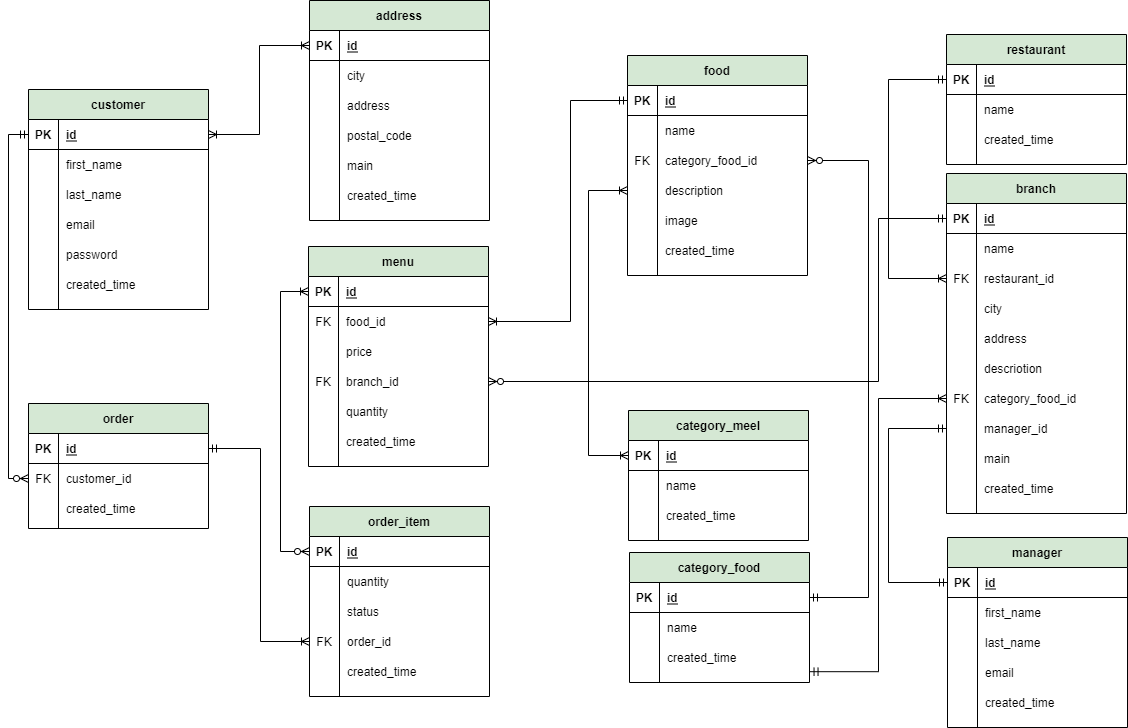
This is Untitled Diagram.drawio (12).png from samane1404/maktab_final_project, a draw.io export, as it was before one commit. Source tidied: cells renumbered, new cells last; positions are measured from the earlier drawing's top-left corner, leaving out a move shared by most shapes.
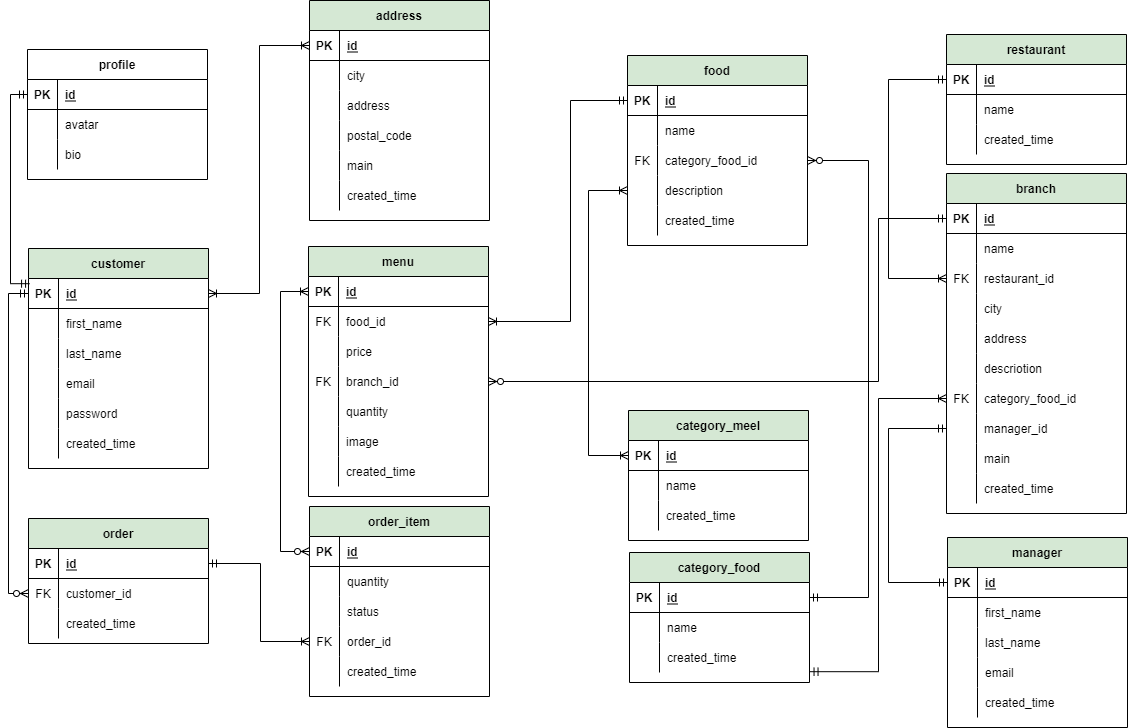
Above is the later version.

Commit message:
add profile table to erd

Diff of the diagram source:
```diff
@@ -3,7 +3,7 @@
     <mxCell id="0" />
     <mxCell id="1" parent="0" />
     <mxCell id="2" value="customer" style="shape=table;startSize=30;rowLines=0;fontStyle=1;align=center;fillColor=#D5E8D4;" parent="1" vertex="1">
-      <mxGeometry x="20" y="89" width="180" height="220" as="geometry" />
+      <mxGeometry x="20" y="248" width="180" height="220" as="geometry" />
     </mxCell>
     <mxCell id="3" style="shape=partialRectangle;fillColor=none;top=0;left=0;bottom=1;right=0;points=[[0,0.5],[1,0.5]];portConstraint=eastwest;" parent="2" vertex="1">
       <mxGeometry y="30" width="180" height="30" as="geometry" />
@@ -117,7 +117,7 @@
       <mxGeometry x="30" width="150" height="30" as="geometry" />
     </mxCell>
     <mxCell id="40" value="food" style="shape=table;startSize=30;rowLines=0;fontStyle=1;align=center;fillColor=#D5E8D4;" parent="1" vertex="1">
-      <mxGeometry x="619" y="55" width="180" height="220" as="geometry" />
+      <mxGeometry x="619" y="55" width="180" height="190" as="geometry" />
     </mxCell>
     <mxCell id="41" style="shape=partialRectangle;fillColor=none;top=0;left=0;bottom=1;right=0;points=[[0,0.5],[1,0.5]];portConstraint=eastwest;" parent="40" vertex="1">
       <mxGeometry y="30" width="180" height="30" as="geometry" />
@@ -155,17 +155,8 @@
     <mxCell id="52" value="description" style="shape=partialRectangle;fillColor=none;top=0;left=0;bottom=0;right=0;align=left;spacingLeft=6;overflow=hidden;" parent="50" vertex="1">
       <mxGeometry x="30" width="150" height="30" as="geometry" />
     </mxCell>
-    <mxCell id="53" style="shape=partialRectangle;fillColor=none;top=0;left=0;bottom=0;right=0;" parent="40" vertex="1">
-      <mxGeometry y="150" width="180" height="30" as="geometry" />
-    </mxCell>
-    <mxCell id="54" style="shape=partialRectangle;fillColor=none;top=0;left=0;bottom=0;right=0;overflow=hidden;" parent="53" vertex="1">
-      <mxGeometry width="30" height="30" as="geometry" />
-    </mxCell>
-    <mxCell id="55" value="image" style="shape=partialRectangle;fillColor=none;top=0;left=0;bottom=0;right=0;align=left;spacingLeft=6;overflow=hidden;" parent="53" vertex="1">
-      <mxGeometry x="30" width="150" height="30" as="geometry" />
-    </mxCell>
     <mxCell id="56" style="shape=partialRectangle;fillColor=none;top=0;left=0;bottom=0;right=0;" parent="40" vertex="1">
-      <mxGeometry y="180" width="180" height="30" as="geometry" />
+      <mxGeometry y="150" width="180" height="30" as="geometry" />
     </mxCell>
     <mxCell id="57" style="shape=partialRectangle;fillColor=none;top=0;left=0;bottom=0;right=0;overflow=hidden;" parent="56" vertex="1">
       <mxGeometry width="30" height="30" as="geometry" />
@@ -424,7 +415,7 @@
       <mxGeometry x="30" width="150" height="30" as="geometry" />
     </mxCell>
     <mxCell id="138" value="menu" style="shape=table;startSize=30;rowLines=0;fontStyle=1;align=center;fillColor=#D5E8D4;" parent="1" vertex="1">
-      <mxGeometry x="300" y="246" width="180" height="220" as="geometry" />
+      <mxGeometry x="300" y="246" width="180" height="250" as="geometry" />
     </mxCell>
     <mxCell id="139" style="shape=partialRectangle;fillColor=none;top=0;left=0;bottom=1;right=0;points=[[0,0.5],[1,0.5]];portConstraint=eastwest;" parent="138" vertex="1">
       <mxGeometry y="30" width="180" height="30" as="geometry" />
@@ -477,11 +468,20 @@
     <mxCell id="155" style="shape=partialRectangle;fillColor=none;top=0;left=0;bottom=0;right=0;overflow=hidden;" parent="154" vertex="1">
       <mxGeometry width="30" height="30" as="geometry" />
     </mxCell>
-    <mxCell id="156" value="created_time" style="shape=partialRectangle;fillColor=none;top=0;left=0;bottom=0;right=0;align=left;spacingLeft=6;overflow=hidden;" parent="154" vertex="1">
+    <mxCell id="156" value="image" style="shape=partialRectangle;fillColor=none;top=0;left=0;bottom=0;right=0;align=left;spacingLeft=6;overflow=hidden;" parent="154" vertex="1">
       <mxGeometry x="30" width="150" height="30" as="geometry" />
     </mxCell>
+    <mxCell id="192" style="shape=partialRectangle;fillColor=none;top=0;left=0;bottom=0;right=0;" parent="138" vertex="1">
+      <mxGeometry y="210" width="180" height="30" as="geometry" />
+    </mxCell>
+    <mxCell id="193" style="shape=partialRectangle;fillColor=none;top=0;left=0;bottom=0;right=0;overflow=hidden;" parent="192" vertex="1">
+      <mxGeometry width="30" height="30" as="geometry" />
+    </mxCell>
+    <mxCell id="194" value="created_time" style="shape=partialRectangle;fillColor=none;top=0;left=0;bottom=0;right=0;align=left;spacingLeft=6;overflow=hidden;" parent="192" vertex="1">
+      <mxGeometry x="30" width="150" height="30" as="geometry" />
+    </mxCell>
     <mxCell id="157" value="order" style="shape=table;startSize=30;rowLines=0;fontStyle=1;align=center;fillColor=#D5E8D4;" parent="1" vertex="1">
-      <mxGeometry x="20" y="403" width="180" height="125" as="geometry" />
+      <mxGeometry x="20" y="518" width="180" height="125" as="geometry" />
     </mxCell>
     <mxCell id="158" style="shape=partialRectangle;fillColor=none;top=0;left=0;bottom=1;right=0;points=[[0,0.5],[1,0.5]];portConstraint=eastwest;" parent="157" vertex="1">
       <mxGeometry y="30" width="180" height="30" as="geometry" />
@@ -617,5 +617,42 @@
         </Array>
       </mxGeometry>
     </mxCell>
+    <mxCell id="195" value="profile" style="shape=table;startSize=30;rowLines=0;fontStyle=1;align=center;" parent="1" vertex="1">
+      <mxGeometry x="19" y="49" width="180" height="130" as="geometry" />
+    </mxCell>
+    <mxCell id="196" style="shape=tableRow;horizontal=0;startSize=0;swimlaneHead=0;swimlaneBody=0;fillColor=none;points=[[0,0.5],[1,0.5]];portConstraint=eastwest;top=0;left=0;right=0;bottom=1;" parent="195" vertex="1">
+      <mxGeometry y="30" width="180" height="30" as="geometry" />
+    </mxCell>
+    <mxCell id="197" value="PK" style="shape=partialRectangle;fillColor=none;top=0;left=0;bottom=0;right=0;fontStyle=1;overflow=hidden;" parent="196" vertex="1">
+      <mxGeometry width="30" height="30" as="geometry" />
+    </mxCell>
+    <mxCell id="198" value="id" style="shape=partialRectangle;fillColor=none;top=0;left=0;bottom=0;right=0;align=left;spacingLeft=6;fontStyle=5;overflow=hidden;" parent="196" vertex="1">
+      <mxGeometry x="30" width="150" height="30" as="geometry" />
+    </mxCell>
+    <mxCell id="199" style="shape=tableRow;horizontal=0;startSize=0;swimlaneHead=0;swimlaneBody=0;fillColor=none;top=0;left=0;right=0;bottom=0;" parent="195" vertex="1">
+      <mxGeometry y="60" width="180" height="30" as="geometry" />
+    </mxCell>
+    <mxCell id="200" style="shape=partialRectangle;fillColor=none;top=0;left=0;bottom=0;right=0;overflow=hidden;" parent="199" vertex="1">
+      <mxGeometry width="30" height="30" as="geometry" />
+    </mxCell>
+    <mxCell id="201" value="avatar" style="shape=partialRectangle;fillColor=none;top=0;left=0;bottom=0;right=0;align=left;spacingLeft=6;overflow=hidden;" parent="199" vertex="1">
+      <mxGeometry x="30" width="150" height="30" as="geometry" />
+    </mxCell>
+    <mxCell id="202" style="shape=tableRow;horizontal=0;startSize=0;swimlaneHead=0;swimlaneBody=0;fillColor=none;top=0;left=0;right=0;bottom=0;" parent="195" vertex="1">
+      <mxGeometry y="90" width="180" height="30" as="geometry" />
+    </mxCell>
+    <mxCell id="203" style="shape=partialRectangle;fillColor=none;top=0;left=0;bottom=0;right=0;overflow=hidden;" parent="202" vertex="1">
+      <mxGeometry width="30" height="30" as="geometry" />
+    </mxCell>
+    <mxCell id="204" value="bio" style="shape=partialRectangle;fillColor=none;top=0;left=0;bottom=0;right=0;align=left;spacingLeft=6;overflow=hidden;" parent="202" vertex="1">
+      <mxGeometry x="30" width="150" height="30" as="geometry" />
+    </mxCell>
+    <mxCell id="205" style="edgeStyle=elbowEdgeStyle;fontSize=12;html=1;endArrow=ERmandOne;startArrow=ERmandOne;rounded=0;exitX=0.006;exitY=0.173;exitDx=0;exitDy=0;exitPerimeter=0;entryX=0;entryY=0.5;entryDx=0;entryDy=0;" parent="1" edge="1" source="3" target="196">
+      <mxGeometry relative="1" as="geometry">
+        <Array as="points">
+          <mxPoint x="2" y="188" />
+        </Array>
+      </mxGeometry>
+    </mxCell>
   </root>
 </mxGraphModel>
```
